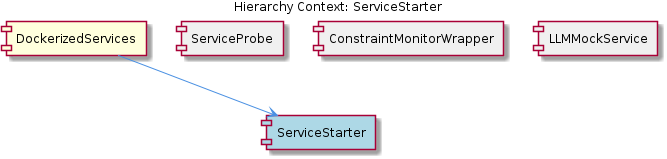
This is knowledge-management/insights/images/service-starter-relationship.png from fwornle/coding, a PlantUML export, as it was before one commit. Its source is kept beside it as .data/knowledge-graph/insights/puml/service-starter-relationship.puml. The source it was exported from:
```plantuml
@startuml
!include _standard-style.puml

title Hierarchy Context: ServiceStarter

[DockerizedServices] as dockerized_services #FFFFDD
[ServiceStarter] as service_starter #LightBlue
[ServiceProbe] as service_probe #F0F0F0
[ConstraintMonitorWrapper] as constraint_monitor_wrapper #F0F0F0
[LLMMockService] as llmmock_service #F0F0F0

dockerized_services --> service_starter
service_probe -[hidden]- service_starter
constraint_monitor_wrapper -[hidden]- service_starter
llmmock_service -[hidden]- service_starter

@enduml
```
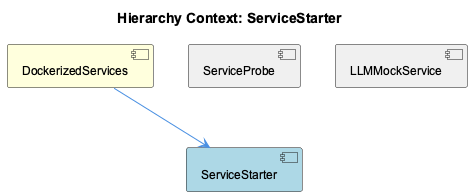
Later version of the same file.

Diff of the diagram source:
```diff
@@ -6,12 +6,10 @@
 [DockerizedServices] as dockerized_services #FFFFDD
 [ServiceStarter] as service_starter #LightBlue
 [ServiceProbe] as service_probe #F0F0F0
-[ConstraintMonitorWrapper] as constraint_monitor_wrapper #F0F0F0
 [LLMMockService] as llmmock_service #F0F0F0
 
 dockerized_services --> service_starter
 service_probe -[hidden]- service_starter
-constraint_monitor_wrapper -[hidden]- service_starter
 llmmock_service -[hidden]- service_starter
 
 @enduml
```
